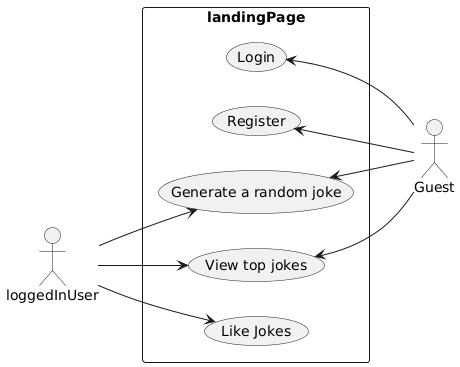
This is usecasediagram.png from Laci444/chuck_jokes, a PlantUML export, as it was before one commit. Source of this version:
```plantuml
@startuml
left to right direction
actor Guest
actor loggedInUser
rectangle landingPage {
    loggedInUser --> (Like Jokes)
    loggedInUser --> (View top jokes)
    loggedInUser --> (Generate a random joke)
    (Register) <-- Guest
    (Login) <-- Guest
    (View top jokes) <-- Guest
    (Generate a random joke) <-- Guest
}
@enduml
```
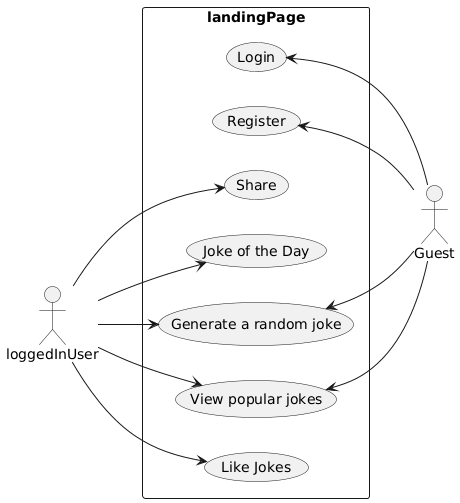
The same diagram one commit later.

Commit message:
Add updated documents: kovspec, user stories, system design, use case diagram

Diff of the diagram source:
```diff
@@ -2,13 +2,17 @@
 left to right direction
 actor Guest
 actor loggedInUser
+
 rectangle landingPage {
     loggedInUser --> (Like Jokes)
-    loggedInUser --> (View top jokes)
+    loggedInUser --> (View popular jokes)
     loggedInUser --> (Generate a random joke)
+    loggedInUser --> (Joke of the Day)
+    loggedInUser --> (Share)
+
     (Register) <-- Guest
     (Login) <-- Guest
-    (View top jokes) <-- Guest
+    (View popular jokes) <-- Guest
     (Generate a random joke) <-- Guest
 }
 @enduml
```
